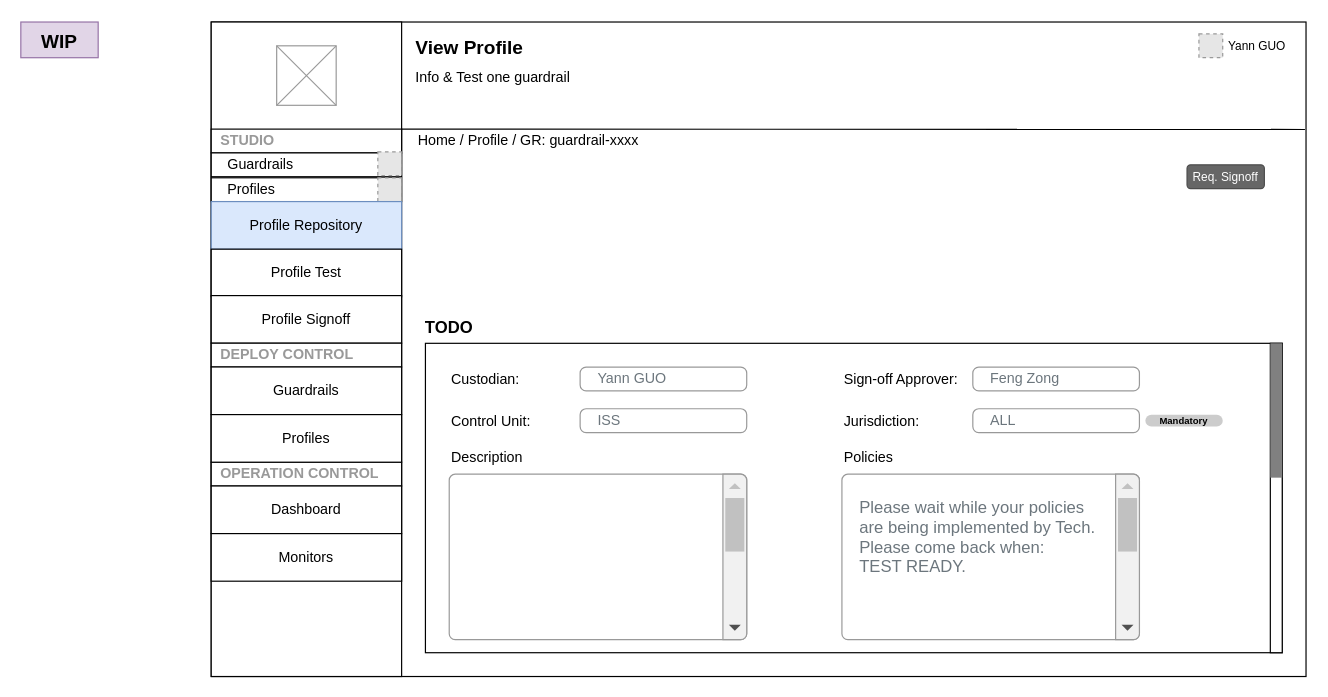
This is page "CUU-PF-Detail" (7 of 19) of NMGR.drawio from thinker-g/fx-drive, a draw.io file, before an edit. Source tidied: cells renumbered, new cells numbered last; positions are measured from the earlier drawing's top-left corner, leaving out a move shared by most shapes. Both pictures are drawn from the tidied source at 119%, with x=0, y=0 at pixel (20, 21). Pictures stored in the file or linked from it are replaced by grey dashed boxes.
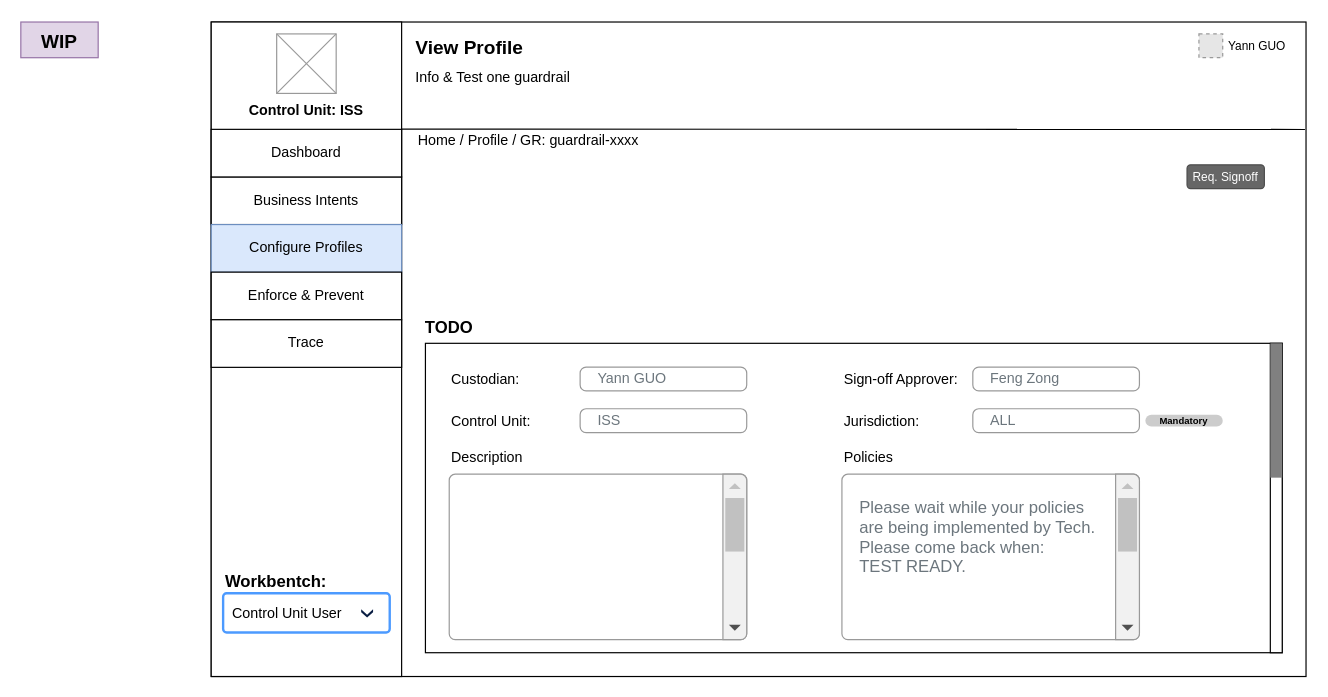
The same page after the edit.

What changed in the source:
```diff
@@
-    <mxCell id="3" style="rounded=0;whiteSpace=wrap;html=1;fontColor=#000000;" parent="1" vertex="1">
-      <mxGeometry x="160" width="160" height="550" as="geometry" />
-    </mxCell>
-    <mxCell id="4" style="verticalLabelPosition=bottom;shadow=0;dashed=0;align=center;html=1;verticalAlign=top;strokeWidth=1;shape=mxgraph.mockup.graphics.simpleIcon;strokeColor=#999999;fontColor=#000000;" parent="1" vertex="1">
-      <mxGeometry x="215" y="20" width="50" height="50" as="geometry" />
-    </mxCell>
@@
-    <mxCell id="42" value="STUDIO" style="rounded=0;whiteSpace=wrap;html=1;align=left;fontColor=#999999;fontStyle=1;spacingLeft=6;" parent="1" vertex="1">
-      <mxGeometry x="160" y="90" width="160" height="20" as="geometry" />
-    </mxCell>
-    <mxCell id="43" value="Guardrails" style="rounded=0;whiteSpace=wrap;html=1;align=left;spacingLeft=12;" parent="1" vertex="1">
-      <mxGeometry x="160" y="110" width="160" height="20" as="geometry" />
-    </mxCell>
-    <mxCell id="44" style="fillColor=#E6E6E6;strokeColor=#999999;dashed=1;html=1;verticalAlign=top;verticalLabelPosition=bottom;labelBackgroundColor=#ffffff;" parent="1" vertex="1">
-      <mxGeometry x="300" y="109.1" width="20" height="20" as="geometry" />
-    </mxCell>
-    <mxCell id="45" value="Profiles" style="rounded=0;whiteSpace=wrap;html=1;align=left;spacingLeft=12;" parent="1" vertex="1">
-      <mxGeometry x="160" y="130.9" width="160" height="20" as="geometry" />
-    </mxCell>
-    <mxCell id="46" style="fillColor=#E6E6E6;strokeColor=#999999;dashed=1;html=1;verticalAlign=top;verticalLabelPosition=bottom;labelBackgroundColor=#ffffff;" parent="1" vertex="1">
-      <mxGeometry x="300" y="130.9" width="20" height="20" as="geometry" />
-    </mxCell>
-    <mxCell id="47" value="Profile Repository" style="rounded=0;whiteSpace=wrap;html=1;fillColor=#dae8fc;strokeColor=#6c8ebf;" parent="1" vertex="1">
-      <mxGeometry x="160" y="150.9" width="160" height="40" as="geometry" />
-    </mxCell>
-    <mxCell id="48" value="Profile Test" style="rounded=0;whiteSpace=wrap;html=1;" parent="1" vertex="1">
-      <mxGeometry x="160" y="190.9" width="160" height="40" as="geometry" />
-    </mxCell>
-    <mxCell id="49" value="Profile Signoff" style="rounded=0;whiteSpace=wrap;html=1;" parent="1" vertex="1">
-      <mxGeometry x="160" y="229.9" width="160" height="40" as="geometry" />
-    </mxCell>
-    <mxCell id="50" value="OPERATION CONTROL" style="rounded=0;whiteSpace=wrap;html=1;align=left;fontColor=#999999;fontStyle=1;spacingLeft=6;" parent="1" vertex="1">
-      <mxGeometry x="160" y="369.9" width="160" height="20" as="geometry" />
-    </mxCell>
-    <mxCell id="51" value="DEPLOY CONTROL" style="rounded=0;whiteSpace=wrap;html=1;align=left;fontColor=#999999;fontStyle=1;spacingLeft=6;" parent="1" vertex="1">
-      <mxGeometry x="160" y="269.9" width="160" height="20" as="geometry" />
-    </mxCell>
-    <mxCell id="52" value="Guardrails" style="rounded=0;whiteSpace=wrap;html=1;" parent="1" vertex="1">
-      <mxGeometry x="160" y="289.9" width="160" height="40" as="geometry" />
-    </mxCell>
-    <mxCell id="53" value="Profiles" style="rounded=0;whiteSpace=wrap;html=1;" parent="1" vertex="1">
-      <mxGeometry x="160" y="329.9" width="160" height="40" as="geometry" />
-    </mxCell>
+    <mxCell id="56" value="WIP" style="text;html=1;whiteSpace=wrap;overflow=hidden;rounded=0;spacing=0;spacingLeft=0;verticalAlign=bottom;fontSize=16;spacingBottom=4;fillColor=#e1d5e7;strokeColor=#9673a6;align=center;fontStyle=1;" parent="1" vertex="1">
+      <mxGeometry width="65" height="30" as="geometry" />
+    </mxCell>
+    <mxCell id="57" style="rounded=0;whiteSpace=wrap;html=1;" parent="1" vertex="1">
+      <mxGeometry x="160" width="160" height="550" as="geometry" />
+    </mxCell>
+    <mxCell id="58" style="verticalLabelPosition=bottom;shadow=0;dashed=0;align=center;html=1;verticalAlign=top;strokeWidth=1;shape=mxgraph.mockup.graphics.simpleIcon;strokeColor=#999999;" parent="1" vertex="1">
+      <mxGeometry x="215" y="10" width="50" height="50" as="geometry" />
+    </mxCell>
+    <mxCell id="59" value="Business Intents" style="rounded=0;whiteSpace=wrap;html=1;" parent="1" vertex="1">
+      <mxGeometry x="160" y="130.2" width="160" height="40" as="geometry" />
+    </mxCell>
+    <mxCell id="60" value="Configure Profiles" style="rounded=0;whiteSpace=wrap;html=1;fillColor=#dae8fc;strokeColor=#6c8ebf;" parent="1" vertex="1">
+      <mxGeometry x="160" y="170.2" width="160" height="40" as="geometry" />
+    </mxCell>
+    <mxCell id="61" value="Enforce &amp;amp; Prevent" style="rounded=0;whiteSpace=wrap;html=1;" parent="1" vertex="1">
+      <mxGeometry x="160" y="210.2" width="160" height="40" as="geometry" />
+    </mxCell>
     <mxCell id="54" value="Dashboard" style="rounded=0;whiteSpace=wrap;html=1;" parent="1" vertex="1">
-      <mxGeometry x="160" y="389.9" width="160" height="40" as="geometry" />
+      <mxGeometry x="160" y="90.2" width="160" height="40" as="geometry" />
     </mxCell>
-    <mxCell id="55" value="Monitors" style="rounded=0;whiteSpace=wrap;html=1;" parent="1" vertex="1">
-      <mxGeometry x="160" y="429.9" width="160" height="40" as="geometry" />
-    </mxCell>
-    <mxCell id="56" value="WIP" style="text;html=1;whiteSpace=wrap;overflow=hidden;rounded=0;spacing=0;spacingLeft=0;verticalAlign=bottom;fontSize=16;spacingBottom=4;fillColor=#e1d5e7;strokeColor=#9673a6;align=center;fontStyle=1;" parent="1" vertex="1">
-      <mxGeometry width="65" height="30" as="geometry" />
-    </mxCell>
+    <mxCell id="62" value="Trace" style="rounded=0;whiteSpace=wrap;html=1;" parent="1" vertex="1">
+      <mxGeometry x="160" y="250.2" width="160" height="40" as="geometry" />
+    </mxCell>
+    <mxCell id="63" value="Workbentch:" style="text;html=1;whiteSpace=wrap;strokeColor=none;fillColor=none;align=left;verticalAlign=middle;rounded=0;fontSize=14;fontStyle=1;" parent="1" vertex="1">
+      <mxGeometry x="170" y="460" width="110" height="20" as="geometry" />
+    </mxCell>
+    <mxCell id="64" value="Control Unit User" style="rounded=1;arcSize=9;fillColor=#ffffff;strokeColor=#4C9AFF;html=1;strokeWidth=2;spacingLeft=6;fontColor=#000000;align=left;" parent="1" vertex="1">
+      <mxGeometry x="170" y="480" width="140" height="33" as="geometry" />
+    </mxCell>
+    <mxCell id="65" style="shape=step;whiteSpace=wrap;html=1;rounded=0;strokeColor=none;strokeWidth=2;fillColor=#0A1E43;gradientColor=none;fontFamily=Verdana;fontSize=14;fontColor=#000000;align=left;direction=south;size=0.65;" parent="64" vertex="1">
+      <mxGeometry x="1" y="0.5" width="10" height="7" relative="1" as="geometry">
+        <mxPoint x="-24" y="-3" as="offset" />
+      </mxGeometry>
+    </mxCell>
+    <mxCell id="66" value="Control Unit: ISS" style="text;html=1;whiteSpace=wrap;strokeColor=none;fillColor=none;align=center;verticalAlign=middle;rounded=0;fontStyle=1;" parent="1" vertex="1">
+      <mxGeometry x="160" y="60" width="160" height="30" as="geometry" />
+    </mxCell>
```
